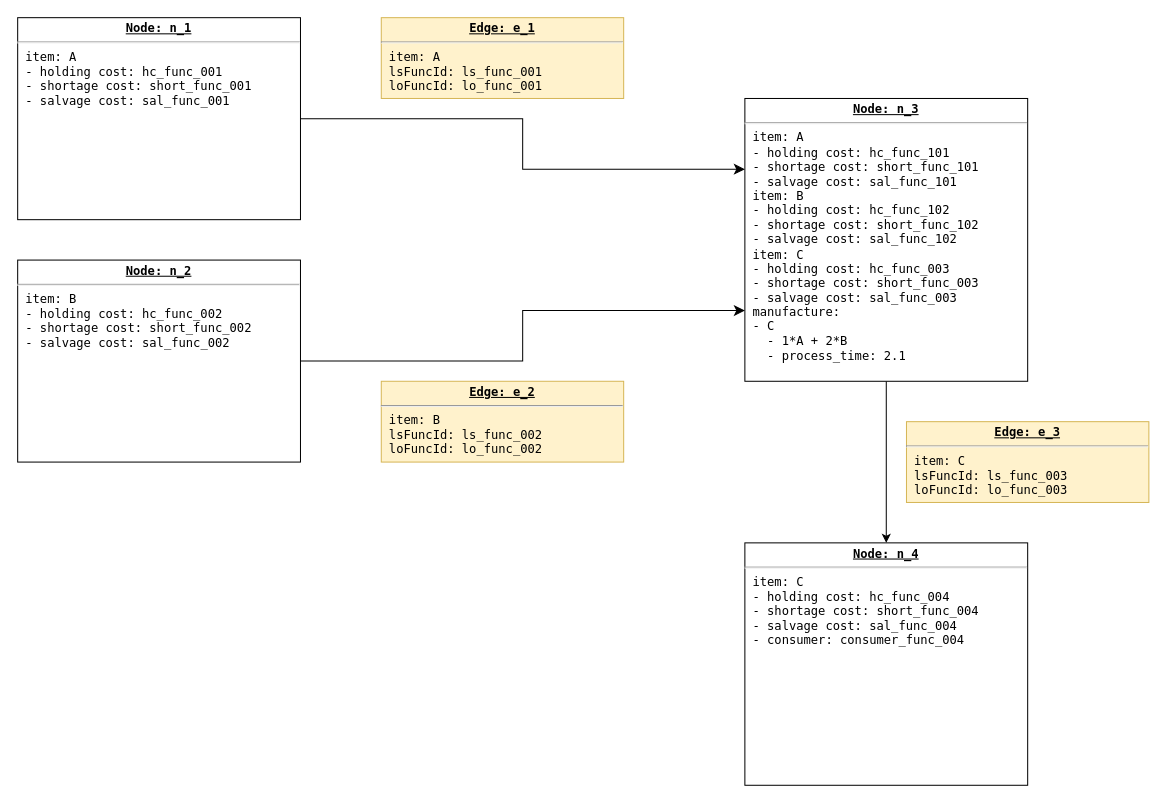
uguisu/supply_chain_simulator keeps this draw.io diagram as page "case_002" (2 of 2) of docs/nodeMap.drawio. Above is the earlier version. Source tidied: cells renumbered, new cells numbered last; positions are measured from the earlier drawing's top-left corner, leaving out a move shared by most shapes. Both pictures are drawn from the tidied source at 101%, with x=0, y=0 at pixel (17, 17).
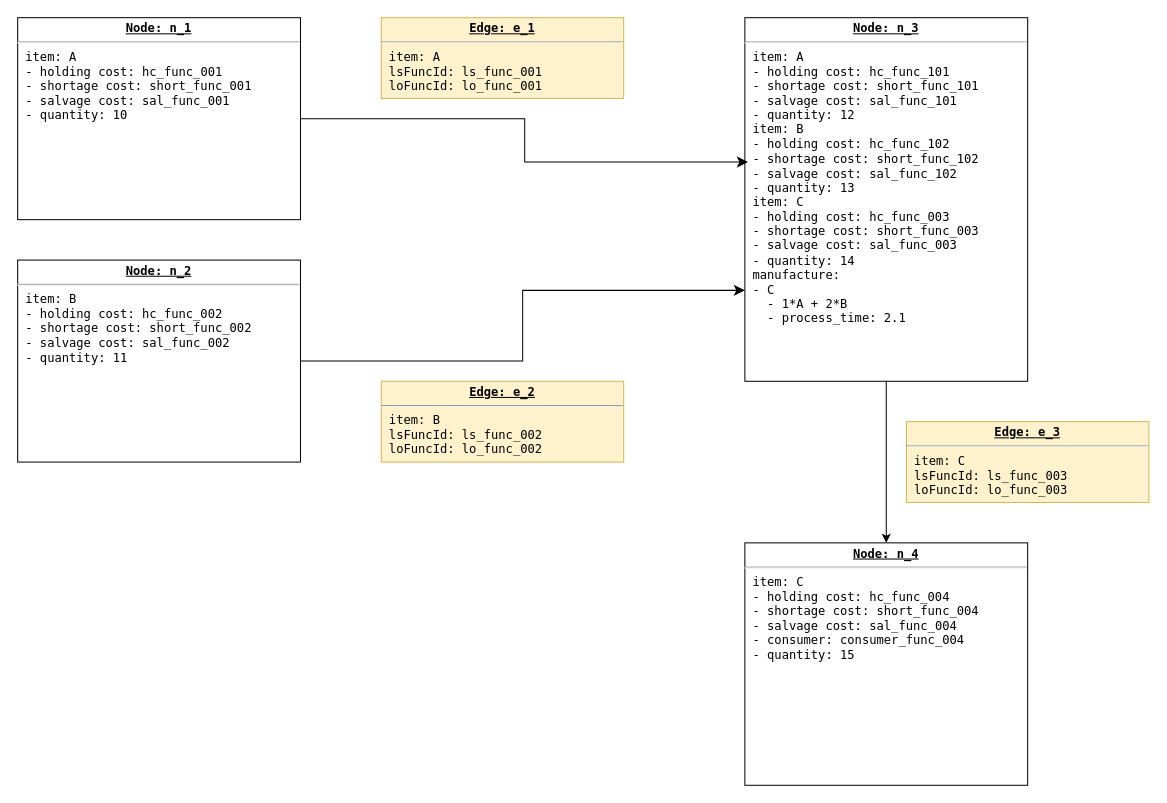
Above is the later version.

Commit message (it also covers changes not shown here):
update: node init quantity test

Diff of the diagram source:
```diff
@@
 <mxGraphModel>
   <root>
     <mxCell id="0" />
     <mxCell id="1" parent="0" />
-    <mxCell id="2" value="&lt;p style=&quot;margin:0px;margin-top:4px;text-align:center;text-decoration:underline;&quot;&gt;&lt;b&gt;Node: n_1&lt;/b&gt;&lt;/p&gt;&lt;hr&gt;&lt;p style=&quot;margin:0px;margin-left:8px;&quot;&gt;item: A&lt;/p&gt;&lt;p style=&quot;margin:0px;margin-left:8px;&quot;&gt;- holding cost:&lt;span style=&quot;background-color: initial;&quot;&gt;&amp;nbsp;hc_func_001&lt;/span&gt;&lt;/p&gt;&lt;p style=&quot;margin:0px;margin-left:8px;&quot;&gt;- shortage cost:&lt;span style=&quot;background-color: initial;&quot;&gt;&amp;nbsp;short_func_001&lt;/span&gt;&lt;/p&gt;&lt;p style=&quot;margin:0px;margin-left:8px;&quot;&gt;- salvage cost:&lt;span style=&quot;background-color: initial;&quot;&gt;&amp;nbsp;sal_func_001&lt;/span&gt;&lt;/p&gt;" style="verticalAlign=top;align=left;overflow=fill;fontSize=12;fontFamily=monaco;html=1;whiteSpace=wrap;" parent="1" vertex="1">
+    <mxCell id="2" value="&lt;p style=&quot;margin:0px;margin-top:4px;text-align:center;text-decoration:underline;&quot;&gt;&lt;b&gt;Node: n_1&lt;/b&gt;&lt;/p&gt;&lt;hr&gt;&lt;p style=&quot;margin:0px;margin-left:8px;&quot;&gt;item: A&lt;/p&gt;&lt;p style=&quot;margin:0px;margin-left:8px;&quot;&gt;- holding cost:&lt;span style=&quot;background-color: initial;&quot;&gt;&amp;nbsp;hc_func_001&lt;/span&gt;&lt;/p&gt;&lt;p style=&quot;margin:0px;margin-left:8px;&quot;&gt;- shortage cost:&lt;span style=&quot;background-color: initial;&quot;&gt;&amp;nbsp;short_func_001&lt;/span&gt;&lt;/p&gt;&lt;p style=&quot;margin:0px;margin-left:8px;&quot;&gt;- salvage cost:&lt;span style=&quot;background-color: initial;&quot;&gt;&amp;nbsp;sal_func_001&lt;/span&gt;&lt;/p&gt;&lt;p style=&quot;margin:0px;margin-left:8px;&quot;&gt;- quantity: 10&lt;span style=&quot;background-color: initial;&quot;&gt;&lt;br&gt;&lt;/span&gt;&lt;/p&gt;" style="verticalAlign=top;align=left;overflow=fill;fontSize=12;fontFamily=monaco;html=1;whiteSpace=wrap;" parent="1" vertex="1">
       <mxGeometry width="280" height="200" as="geometry" />
     </mxCell>
     <mxCell id="3" style="edgeStyle=orthogonalEdgeStyle;rounded=0;jettySize=auto;html=1;entryX=0.5;entryY=0;entryDx=0;entryDy=0;" parent="1" edge="1" source="4" target="10">
       <mxGeometry relative="1" as="geometry" />
     </mxCell>
-    <mxCell id="4" value="&lt;p style=&quot;margin:0px;margin-top:4px;text-align:center;text-decoration:underline;&quot;&gt;&lt;b&gt;Node: n_3&lt;/b&gt;&lt;/p&gt;&lt;hr&gt;&lt;p style=&quot;border-color: var(--border-color); margin: 0px 0px 0px 8px;&quot;&gt;item: A&lt;/p&gt;&lt;p style=&quot;border-color: var(--border-color); margin: 0px 0px 0px 8px;&quot;&gt;- holding cost:&amp;nbsp;hc_func_101&lt;/p&gt;&lt;p style=&quot;border-color: var(--border-color); margin: 0px 0px 0px 8px;&quot;&gt;- shortage cost:&lt;span style=&quot;border-color: var(--border-color); background-color: initial;&quot;&gt;&amp;nbsp;short_func_101&lt;/span&gt;&lt;/p&gt;&lt;p style=&quot;border-color: var(--border-color); margin: 0px 0px 0px 8px;&quot;&gt;- salvage cost:&lt;span style=&quot;border-color: var(--border-color); background-color: initial;&quot;&gt;&amp;nbsp;sal_func_101&lt;/span&gt;&lt;/p&gt;&lt;p style=&quot;border-color: var(--border-color); margin: 0px 0px 0px 8px;&quot;&gt;item: B&lt;/p&gt;&lt;p style=&quot;border-color: var(--border-color); margin: 0px 0px 0px 8px;&quot;&gt;- holding cost:&amp;nbsp;hc_func_102&lt;/p&gt;&lt;p style=&quot;border-color: var(--border-color); margin: 0px 0px 0px 8px;&quot;&gt;- shortage cost:&amp;nbsp;short_func_102&lt;/p&gt;&lt;p style=&quot;border-color: var(--border-color); margin: 0px 0px 0px 8px;&quot;&gt;&lt;span style=&quot;border-color: var(--border-color); background-color: initial;&quot;&gt;&lt;/span&gt;&lt;/p&gt;&lt;p style=&quot;border-color: var(--border-color); margin: 0px 0px 0px 8px;&quot;&gt;- salvage cost:&lt;span style=&quot;border-color: var(--border-color); background-color: initial;&quot;&gt;&amp;nbsp;sal_func_102&lt;/span&gt;&lt;/p&gt;&lt;p style=&quot;margin:0px;margin-left:8px;&quot;&gt;item: C&lt;/p&gt;&lt;p style=&quot;border-color: var(--border-color); margin: 0px 0px 0px 8px;&quot;&gt;- holding cost:&amp;nbsp;hc_func_003&lt;/p&gt;&lt;p style=&quot;border-color: var(--border-color); margin: 0px 0px 0px 8px;&quot;&gt;- shortage cost:&lt;span style=&quot;border-color: var(--border-color); background-color: initial;&quot;&gt;&amp;nbsp;short_func_003&lt;/span&gt;&lt;/p&gt;&lt;p style=&quot;border-color: var(--border-color); margin: 0px 0px 0px 8px;&quot;&gt;- salvage cost:&lt;span style=&quot;border-color: var(--border-color); background-color: initial;&quot;&gt;&amp;nbsp;sal_func_003&lt;/span&gt;&lt;/p&gt;&lt;p style=&quot;margin:0px;margin-left:8px;&quot;&gt;manufacture:&lt;br&gt;&lt;/p&gt;&lt;p style=&quot;margin:0px;margin-left:8px;&quot;&gt;- C&lt;/p&gt;&lt;p style=&quot;margin:0px;margin-left:8px;&quot;&gt;&amp;nbsp; - 1*A + 2*B&lt;/p&gt;&lt;p style=&quot;margin:0px;margin-left:8px;&quot;&gt;&amp;nbsp; -&amp;nbsp;process_time: 2.1&lt;/p&gt;" style="verticalAlign=top;align=left;overflow=fill;fontSize=12;fontFamily=monaco;html=1;whiteSpace=wrap;" parent="1" vertex="1">
-      <mxGeometry x="720" y="80" width="280" height="280" as="geometry" />
+    <mxCell id="4" value="&lt;p style=&quot;margin:0px;margin-top:4px;text-align:center;text-decoration:underline;&quot;&gt;&lt;b&gt;Node: n_3&lt;/b&gt;&lt;/p&gt;&lt;hr&gt;&lt;p style=&quot;border-color: var(--border-color); margin: 0px 0px 0px 8px;&quot;&gt;item: A&lt;/p&gt;&lt;p style=&quot;border-color: var(--border-color); margin: 0px 0px 0px 8px;&quot;&gt;- holding cost:&amp;nbsp;hc_func_101&lt;/p&gt;&lt;p style=&quot;border-color: var(--border-color); margin: 0px 0px 0px 8px;&quot;&gt;- shortage cost:&lt;span style=&quot;border-color: var(--border-color); background-color: initial;&quot;&gt;&amp;nbsp;short_func_101&lt;/span&gt;&lt;/p&gt;&lt;p style=&quot;border-color: var(--border-color); margin: 0px 0px 0px 8px;&quot;&gt;- salvage cost:&lt;span style=&quot;border-color: var(--border-color); background-color: initial;&quot;&gt;&amp;nbsp;sal_func_101&lt;/span&gt;&lt;/p&gt;&lt;p style=&quot;border-color: var(--border-color); margin: 0px 0px 0px 8px;&quot;&gt;&lt;span style=&quot;border-color: var(--border-color); background-color: initial;&quot;&gt;- quantity: 12&lt;br&gt;&lt;/span&gt;&lt;/p&gt;&lt;p style=&quot;border-color: var(--border-color); margin: 0px 0px 0px 8px;&quot;&gt;item: B&lt;/p&gt;&lt;p style=&quot;border-color: var(--border-color); margin: 0px 0px 0px 8px;&quot;&gt;- holding cost:&amp;nbsp;hc_func_102&lt;/p&gt;&lt;p style=&quot;border-color: var(--border-color); margin: 0px 0px 0px 8px;&quot;&gt;- shortage cost:&amp;nbsp;short_func_102&lt;/p&gt;&lt;p style=&quot;border-color: var(--border-color); margin: 0px 0px 0px 8px;&quot;&gt;&lt;span style=&quot;border-color: var(--border-color); background-color: initial;&quot;&gt;&lt;/span&gt;&lt;/p&gt;&lt;p style=&quot;border-color: var(--border-color); margin: 0px 0px 0px 8px;&quot;&gt;- salvage cost:&lt;span style=&quot;border-color: var(--border-color); background-color: initial;&quot;&gt;&amp;nbsp;sal_func_102&lt;/span&gt;&lt;/p&gt;&lt;p style=&quot;border-color: var(--border-color); margin: 0px 0px 0px 8px;&quot;&gt;&lt;span style=&quot;border-color: var(--border-color); background-color: initial;&quot;&gt;- quantity: 13&lt;br&gt;&lt;/span&gt;&lt;/p&gt;&lt;p style=&quot;margin:0px;margin-left:8px;&quot;&gt;item: C&lt;/p&gt;&lt;p style=&quot;border-color: var(--border-color); margin: 0px 0px 0px 8px;&quot;&gt;- holding cost:&amp;nbsp;hc_func_003&lt;/p&gt;&lt;p style=&quot;border-color: var(--border-color); margin: 0px 0px 0px 8px;&quot;&gt;- shortage cost:&lt;span style=&quot;border-color: var(--border-color); background-color: initial;&quot;&gt;&amp;nbsp;short_func_003&lt;/span&gt;&lt;/p&gt;&lt;p style=&quot;border-color: var(--border-color); margin: 0px 0px 0px 8px;&quot;&gt;- salvage cost:&lt;span style=&quot;border-color: var(--border-color); background-color: initial;&quot;&gt;&amp;nbsp;sal_func_003&lt;/span&gt;&lt;/p&gt;&lt;p style=&quot;border-color: var(--border-color); margin: 0px 0px 0px 8px;&quot;&gt;&lt;span style=&quot;border-color: var(--border-color); background-color: initial;&quot;&gt;- quantity: 14&lt;br&gt;&lt;/span&gt;&lt;/p&gt;&lt;p style=&quot;margin:0px;margin-left:8px;&quot;&gt;manufacture:&lt;br&gt;&lt;/p&gt;&lt;p style=&quot;margin:0px;margin-left:8px;&quot;&gt;- C&lt;/p&gt;&lt;p style=&quot;margin:0px;margin-left:8px;&quot;&gt;&amp;nbsp; - 1*A + 2*B&lt;/p&gt;&lt;p style=&quot;margin:0px;margin-left:8px;&quot;&gt;&amp;nbsp; -&amp;nbsp;process_time: 2.1&lt;/p&gt;" style="verticalAlign=top;align=left;overflow=fill;fontSize=12;fontFamily=monaco;html=1;whiteSpace=wrap;" parent="1" vertex="1">
+      <mxGeometry x="720" width="280" height="360" as="geometry" />
     </mxCell>
     <mxCell id="5" value="&lt;p style=&quot;margin:0px;margin-top:4px;text-align:center;text-decoration:underline;&quot;&gt;&lt;b&gt;Edge: e_1&lt;/b&gt;&lt;/p&gt;&lt;hr&gt;&lt;p style=&quot;margin:0px;margin-left:8px;&quot;&gt;item: A&lt;/p&gt;&lt;p style=&quot;margin:0px;margin-left:8px;&quot;&gt;lsFuncId: ls_func_001&lt;br&gt;&lt;/p&gt;&lt;p style=&quot;margin:0px;margin-left:8px;&quot;&gt;loFuncId: lo_func_001&lt;/p&gt;" style="verticalAlign=top;align=left;overflow=fill;fontSize=12;fontFamily=monaco;html=1;whiteSpace=wrap;fillColor=#fff2cc;strokeColor=#d6b656;" parent="1" vertex="1">
       <mxGeometry x="360" width="240" height="80" as="geometry" />
     </mxCell>
-    <mxCell id="6" value="&lt;p style=&quot;margin:0px;margin-top:4px;text-align:center;text-decoration:underline;&quot;&gt;&lt;b&gt;Node: n_2&lt;/b&gt;&lt;/p&gt;&lt;hr&gt;&lt;p style=&quot;border-color: var(--border-color); margin: 0px 0px 0px 8px;&quot;&gt;item: B&lt;/p&gt;&lt;p style=&quot;border-color: var(--border-color); margin: 0px 0px 0px 8px;&quot;&gt;- holding cost:&amp;nbsp;hc_func_002&lt;/p&gt;&lt;p style=&quot;border-color: var(--border-color); margin: 0px 0px 0px 8px;&quot;&gt;- shortage cost:&lt;span style=&quot;border-color: var(--border-color); background-color: initial;&quot;&gt;&amp;nbsp;short_func_002&lt;/span&gt;&lt;/p&gt;&lt;p style=&quot;border-color: var(--border-color); margin: 0px 0px 0px 8px;&quot;&gt;- salvage cost:&lt;span style=&quot;border-color: var(--border-color); background-color: initial;&quot;&gt;&amp;nbsp;sal_func_002&lt;/span&gt;&lt;/p&gt;" style="verticalAlign=top;align=left;overflow=fill;fontSize=12;fontFamily=monaco;html=1;whiteSpace=wrap;" parent="1" vertex="1">
+    <mxCell id="6" value="&lt;p style=&quot;margin:0px;margin-top:4px;text-align:center;text-decoration:underline;&quot;&gt;&lt;b&gt;Node: n_2&lt;/b&gt;&lt;/p&gt;&lt;hr&gt;&lt;p style=&quot;border-color: var(--border-color); margin: 0px 0px 0px 8px;&quot;&gt;item: B&lt;/p&gt;&lt;p style=&quot;border-color: var(--border-color); margin: 0px 0px 0px 8px;&quot;&gt;- holding cost:&amp;nbsp;hc_func_002&lt;/p&gt;&lt;p style=&quot;border-color: var(--border-color); margin: 0px 0px 0px 8px;&quot;&gt;- shortage cost:&lt;span style=&quot;border-color: var(--border-color); background-color: initial;&quot;&gt;&amp;nbsp;short_func_002&lt;/span&gt;&lt;/p&gt;&lt;p style=&quot;border-color: var(--border-color); margin: 0px 0px 0px 8px;&quot;&gt;- salvage cost:&lt;span style=&quot;border-color: var(--border-color); background-color: initial;&quot;&gt;&amp;nbsp;sal_func_002&lt;/span&gt;&lt;/p&gt;&lt;p style=&quot;border-color: var(--border-color); margin: 0px 0px 0px 8px;&quot;&gt;&lt;span style=&quot;border-color: var(--border-color); background-color: initial;&quot;&gt;- quantity: 11&lt;br&gt;&lt;/span&gt;&lt;/p&gt;" style="verticalAlign=top;align=left;overflow=fill;fontSize=12;fontFamily=monaco;html=1;whiteSpace=wrap;" parent="1" vertex="1">
       <mxGeometry y="240" width="280" height="200" as="geometry" />
     </mxCell>
     <mxCell id="7" value="&lt;p style=&quot;margin:0px;margin-top:4px;text-align:center;text-decoration:underline;&quot;&gt;&lt;b&gt;Edge: e_2&lt;/b&gt;&lt;/p&gt;&lt;hr&gt;&lt;p style=&quot;margin:0px;margin-left:8px;&quot;&gt;item: B&lt;/p&gt;&lt;p style=&quot;margin:0px;margin-left:8px;&quot;&gt;lsFuncId: ls_func_002&lt;br&gt;&lt;/p&gt;&lt;p style=&quot;margin:0px;margin-left:8px;&quot;&gt;loFuncId: lo_func_002&lt;/p&gt;" style="verticalAlign=top;align=left;overflow=fill;fontSize=12;fontFamily=monaco;html=1;whiteSpace=wrap;fillColor=#fff2cc;strokeColor=#d6b656;" parent="1" vertex="1">
       <mxGeometry x="360" y="360" width="240" height="80" as="geometry" />
     </mxCell>
-    <mxCell id="8" style="edgeStyle=elbowEdgeStyle;elbow=horizontal;endArrow=classic;html=1;curved=0;rounded=0;endSize=8;startSize=8;exitX=1;exitY=0.5;exitDx=0;exitDy=0;entryX=0;entryY=0.25;entryDx=0;entryDy=0;" parent="1" edge="1" source="2" target="4">
+    <mxCell id="8" style="edgeStyle=elbowEdgeStyle;elbow=horizontal;endArrow=classic;html=1;curved=0;rounded=0;endSize=8;startSize=8;exitX=1;exitY=0.5;exitDx=0;exitDy=0;entryX=0.011;entryY=0.397;entryDx=0;entryDy=0;entryPerimeter=0;" parent="1" edge="1" source="2" target="4">
       <mxGeometry relative="1" as="geometry" />
     </mxCell>
     <mxCell id="9" style="edgeStyle=elbowEdgeStyle;elbow=horizontal;endArrow=classic;html=1;curved=0;rounded=0;endSize=8;startSize=8;exitX=1;exitY=0.5;exitDx=0;exitDy=0;entryX=0;entryY=0.75;entryDx=0;entryDy=0;" parent="1" edge="1" source="6" target="4">
       <mxGeometry relative="1" as="geometry" />
     </mxCell>
-    <mxCell id="10" value="&lt;p style=&quot;margin:0px;margin-top:4px;text-align:center;text-decoration:underline;&quot;&gt;&lt;b&gt;Node: n_4&lt;/b&gt;&lt;/p&gt;&lt;hr&gt;&lt;p style=&quot;border-color: var(--border-color); margin: 0px 0px 0px 8px;&quot;&gt;item: C&lt;/p&gt;&lt;p style=&quot;border-color: var(--border-color); margin: 0px 0px 0px 8px;&quot;&gt;- holding cost:&amp;nbsp;hc_func_004&lt;/p&gt;&lt;p style=&quot;border-color: var(--border-color); margin: 0px 0px 0px 8px;&quot;&gt;- shortage cost:&amp;nbsp;short_func_004&lt;/p&gt;&lt;p style=&quot;border-color: var(--border-color); margin: 0px 0px 0px 8px;&quot;&gt;- salvage cost:&lt;span style=&quot;border-color: var(--border-color); background-color: initial;&quot;&gt;&amp;nbsp;sal_func_004&lt;/span&gt;&lt;/p&gt;&lt;p style=&quot;margin:0px;margin-left:8px;&quot;&gt;- consumer:&amp;nbsp;&lt;span style=&quot;background-color: initial;&quot;&gt;consumer_func_004&lt;/span&gt;&lt;/p&gt;" style="verticalAlign=top;align=left;overflow=fill;fontSize=12;fontFamily=monaco;html=1;whiteSpace=wrap;" parent="1" vertex="1">
+    <mxCell id="10" value="&lt;p style=&quot;margin:0px;margin-top:4px;text-align:center;text-decoration:underline;&quot;&gt;&lt;b&gt;Node: n_4&lt;/b&gt;&lt;/p&gt;&lt;hr&gt;&lt;p style=&quot;border-color: var(--border-color); margin: 0px 0px 0px 8px;&quot;&gt;item: C&lt;/p&gt;&lt;p style=&quot;border-color: var(--border-color); margin: 0px 0px 0px 8px;&quot;&gt;- holding cost:&amp;nbsp;hc_func_004&lt;/p&gt;&lt;p style=&quot;border-color: var(--border-color); margin: 0px 0px 0px 8px;&quot;&gt;- shortage cost:&amp;nbsp;short_func_004&lt;/p&gt;&lt;p style=&quot;border-color: var(--border-color); margin: 0px 0px 0px 8px;&quot;&gt;- salvage cost:&lt;span style=&quot;border-color: var(--border-color); background-color: initial;&quot;&gt;&amp;nbsp;sal_func_004&lt;/span&gt;&lt;/p&gt;&lt;p style=&quot;margin:0px;margin-left:8px;&quot;&gt;- consumer:&amp;nbsp;&lt;span style=&quot;background-color: initial;&quot;&gt;consumer_func_004&lt;/span&gt;&lt;/p&gt;&lt;p style=&quot;margin:0px;margin-left:8px;&quot;&gt;&lt;span style=&quot;background-color: initial;&quot;&gt;- quantity: 15&lt;br&gt;&lt;/span&gt;&lt;/p&gt;" style="verticalAlign=top;align=left;overflow=fill;fontSize=12;fontFamily=monaco;html=1;whiteSpace=wrap;" parent="1" vertex="1">
       <mxGeometry x="720" y="520" width="280" height="240" as="geometry" />
     </mxCell>
     <mxCell id="11" value="&lt;p style=&quot;margin:0px;margin-top:4px;text-align:center;text-decoration:underline;&quot;&gt;&lt;b&gt;Edge: e_3&lt;/b&gt;&lt;/p&gt;&lt;hr&gt;&lt;p style=&quot;margin:0px;margin-left:8px;&quot;&gt;item: C&lt;/p&gt;&lt;p style=&quot;margin:0px;margin-left:8px;&quot;&gt;lsFuncId: ls_func_003&lt;br&gt;&lt;/p&gt;&lt;p style=&quot;margin:0px;margin-left:8px;&quot;&gt;loFuncId: lo_func_003&lt;/p&gt;" style="verticalAlign=top;align=left;overflow=fill;fontSize=12;fontFamily=monaco;html=1;whiteSpace=wrap;fillColor=#fff2cc;strokeColor=#d6b656;" parent="1" vertex="1">
       <mxGeometry x="880" y="400" width="240" height="80" as="geometry" />
     </mxCell>
   </root>
 </mxGraphModel>
```
